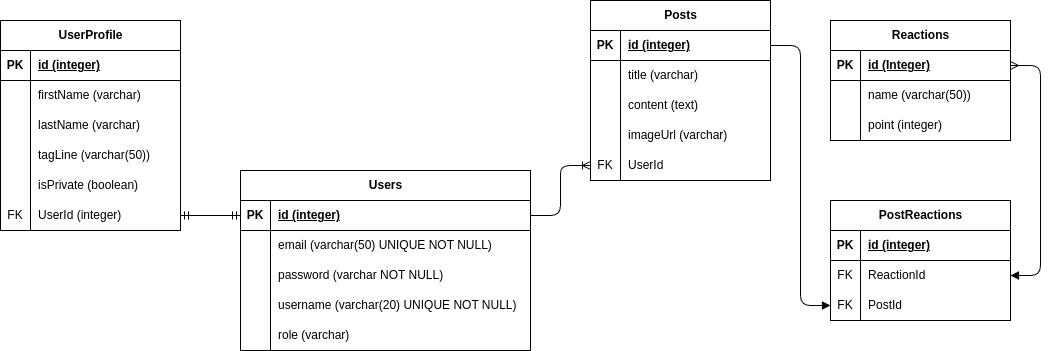
This is erd.drawio.png from HozFisen/p1-hozclover-pp1-socialmedia, a draw.io export, as it was before one commit. Source tidied: cells renumbered, new cells last; positions are measured from the earlier drawing's top-left corner, leaving out a move shared by most shapes.
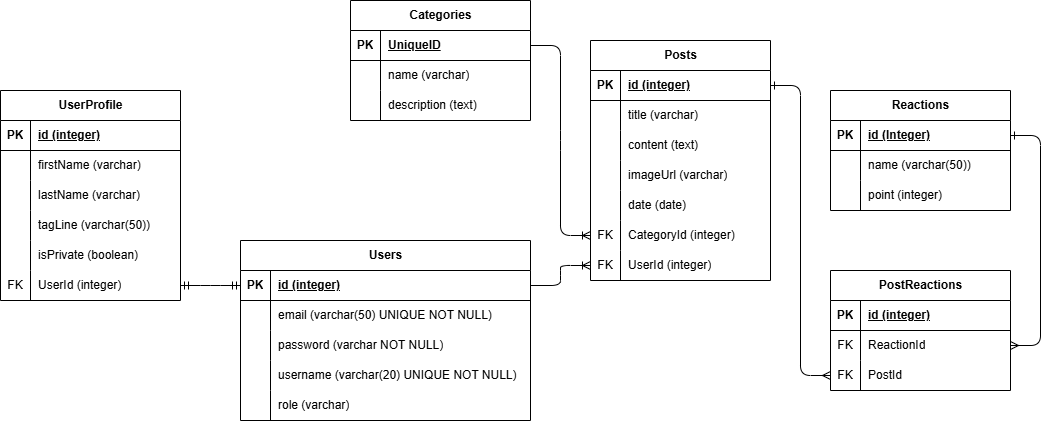
Later version of the same file.

Diff of the diagram source:
```diff
@@ -51,7 +51,7 @@
       <mxGeometry x="30" width="260" height="30" as="geometry" />
     </mxCell>
     <mxCell id="18" value="Posts" style="shape=table;startSize=30;rowLines=0;fontStyle=1;align=center;html=1;" parent="1" vertex="1">
-      <mxGeometry x="590" width="180" height="180" as="geometry" />
+      <mxGeometry x="590" y="-30" width="180" height="240" as="geometry" />
     </mxCell>
     <mxCell id="19" style="shape=tableRow;horizontal=0;startSize=0;swimlaneHead=0;swimlaneBody=0;fillColor=none;points=[[0,0.5],[1,0.5]];portConstraint=eastwest;top=0;left=0;right=0;bottom=1;" parent="18" vertex="1">
       <mxGeometry y="30" width="180" height="30" as="geometry" />
@@ -92,12 +92,30 @@
     <mxCell id="31" style="shape=tableRow;horizontal=0;startSize=0;swimlaneHead=0;swimlaneBody=0;fillColor=none;points=[[0,0.5],[1,0.5]];portConstraint=eastwest;top=0;left=0;right=0;bottom=0;" parent="18" vertex="1">
       <mxGeometry y="150" width="180" height="30" as="geometry" />
     </mxCell>
-    <mxCell id="32" value="FK" style="shape=partialRectangle;fillColor=none;top=0;left=0;bottom=0;right=0;overflow=hidden;whiteSpace=wrap;html=1;" parent="31" vertex="1">
+    <mxCell id="32" style="shape=partialRectangle;fillColor=none;top=0;left=0;bottom=0;right=0;overflow=hidden;whiteSpace=wrap;html=1;" parent="31" vertex="1">
       <mxGeometry width="30" height="30" as="geometry" />
     </mxCell>
-    <mxCell id="33" value="UserId" style="shape=partialRectangle;fillColor=none;top=0;left=0;bottom=0;right=0;align=left;spacingLeft=6;overflow=hidden;whiteSpace=wrap;html=1;" parent="31" vertex="1">
+    <mxCell id="33" value="date (date)" style="shape=partialRectangle;fillColor=none;top=0;left=0;bottom=0;right=0;align=left;spacingLeft=6;overflow=hidden;whiteSpace=wrap;html=1;" parent="31" vertex="1">
       <mxGeometry x="30" width="150" height="30" as="geometry" />
     </mxCell>
+    <mxCell id="77" style="shape=tableRow;horizontal=0;startSize=0;swimlaneHead=0;swimlaneBody=0;fillColor=none;points=[[0,0.5],[1,0.5]];portConstraint=eastwest;top=0;left=0;right=0;bottom=0;" parent="18" vertex="1">
+      <mxGeometry y="180" width="180" height="30" as="geometry" />
+    </mxCell>
+    <mxCell id="78" value="FK" style="shape=partialRectangle;fillColor=none;top=0;left=0;bottom=0;right=0;overflow=hidden;whiteSpace=wrap;html=1;" parent="77" vertex="1">
+      <mxGeometry width="30" height="30" as="geometry" />
+    </mxCell>
+    <mxCell id="79" value="CategoryId (integer)" style="shape=partialRectangle;fillColor=none;top=0;left=0;bottom=0;right=0;align=left;spacingLeft=6;overflow=hidden;whiteSpace=wrap;html=1;" parent="77" vertex="1">
+      <mxGeometry x="30" width="150" height="30" as="geometry" />
+    </mxCell>
+    <mxCell id="80" style="shape=tableRow;horizontal=0;startSize=0;swimlaneHead=0;swimlaneBody=0;fillColor=none;points=[[0,0.5],[1,0.5]];portConstraint=eastwest;top=0;left=0;right=0;bottom=0;" parent="18" vertex="1">
+      <mxGeometry y="210" width="180" height="30" as="geometry" />
+    </mxCell>
+    <mxCell id="81" value="FK" style="shape=partialRectangle;fillColor=none;top=0;left=0;bottom=0;right=0;overflow=hidden;whiteSpace=wrap;html=1;" parent="80" vertex="1">
+      <mxGeometry width="30" height="30" as="geometry" />
+    </mxCell>
+    <mxCell id="82" value="UserId (integer)" style="shape=partialRectangle;fillColor=none;top=0;left=0;bottom=0;right=0;align=left;spacingLeft=6;overflow=hidden;whiteSpace=wrap;html=1;" parent="80" vertex="1">
+      <mxGeometry x="30" width="150" height="30" as="geometry" />
+    </mxCell>
     <mxCell id="34" value="Reactions" style="shape=table;startSize=30;rowLines=0;fontStyle=1;align=center;html=1;" parent="1" vertex="1">
       <mxGeometry x="830" y="20" width="180" height="120" as="geometry" />
     </mxCell>
@@ -119,13 +137,13 @@
     <mxCell id="40" value="name (varchar(50))" style="shape=partialRectangle;fillColor=none;top=0;left=0;bottom=0;right=0;align=left;spacingLeft=6;overflow=hidden;whiteSpace=wrap;html=1;" parent="38" vertex="1">
       <mxGeometry x="30" width="150" height="30" as="geometry" />
     </mxCell>
-    <mxCell id="41" style="shape=tableRow;horizontal=0;startSize=0;swimlaneHead=0;swimlaneBody=0;fillColor=none;top=0;left=0;right=0;bottom=0;" parent="34" vertex="1">
-      <mxGeometry y="90" width="180" height="30" as="geometry" />
-    </mxCell>
-    <mxCell id="42" style="shape=partialRectangle;fillColor=none;top=0;left=0;bottom=0;right=0;overflow=hidden;whiteSpace=wrap;html=1;" parent="41" vertex="1">
-      <mxGeometry width="30" height="30" as="geometry" />
-    </mxCell>
+    <mxCell id="83" style="shape=tableRow;horizontal=0;startSize=0;swimlaneHead=0;swimlaneBody=0;fillColor=none;top=0;left=0;right=0;bottom=0;" parent="34" vertex="1">
+      <mxGeometry y="90" width="180" height="30" as="geometry" />
+    </mxCell>
+    <mxCell id="84" style="shape=partialRectangle;fillColor=none;top=0;left=0;bottom=0;right=0;overflow=hidden;whiteSpace=wrap;html=1;" parent="83" vertex="1">
+      <mxGeometry width="30" height="30" as="geometry" />
+    </mxCell>
-    <mxCell id="43" value="point (integer)" style="shape=partialRectangle;fillColor=none;top=0;left=0;bottom=0;right=0;align=left;spacingLeft=6;overflow=hidden;whiteSpace=wrap;html=1;" parent="41" vertex="1">
+    <mxCell id="43" value="point (integer)" style="shape=partialRectangle;fillColor=none;top=0;left=0;bottom=0;right=0;align=left;spacingLeft=6;overflow=hidden;whiteSpace=wrap;html=1;" parent="83" vertex="1">
       <mxGeometry x="30" width="150" height="30" as="geometry" />
     </mxCell>
     <mxCell id="44" value="UserProfile" style="shape=table;startSize=30;rowLines=0;fontStyle=1;align=center;html=1;" parent="1" vertex="1">
@@ -215,10 +233,10 @@
     <mxCell id="72" value="PostId" style="shape=partialRectangle;fillColor=none;top=0;left=0;bottom=0;right=0;align=left;spacingLeft=6;overflow=hidden;whiteSpace=wrap;html=1;" parent="70" vertex="1">
       <mxGeometry x="30" width="150" height="30" as="geometry" />
     </mxCell>
-    <mxCell id="73" style="edgeStyle=entityRelationEdgeStyle;fontSize=12;html=1;endArrow=ERmany;entryX=1;entryY=0.5;entryDx=0;entryDy=0;exitX=1;exitY=0.5;exitDx=0;exitDy=0;startArrow=block;startFill=1;" parent="1" edge="1" source="67" target="35">
+    <mxCell id="73" style="edgeStyle=entityRelationEdgeStyle;fontSize=12;html=1;endArrow=ERone;entryX=1;entryY=0.5;entryDx=0;entryDy=0;exitX=1;exitY=0.5;exitDx=0;exitDy=0;startArrow=ERmany;startFill=0;endFill=0;" parent="1" edge="1" source="67" target="35">
       <mxGeometry relative="1" as="geometry" />
     </mxCell>
-    <mxCell id="74" style="edgeStyle=entityRelationEdgeStyle;fontSize=12;html=1;endArrow=none;entryX=1;entryY=0.5;entryDx=0;entryDy=0;exitX=0;exitY=0.5;exitDx=0;exitDy=0;endFill=0;startArrow=block;startFill=1;" parent="1" edge="1" source="70" target="19">
+    <mxCell id="74" style="edgeStyle=entityRelationEdgeStyle;fontSize=12;html=1;endArrow=ERone;entryX=1;entryY=0.5;entryDx=0;entryDy=0;exitX=0;exitY=0.5;exitDx=0;exitDy=0;endFill=0;startArrow=ERmany;startFill=0;" parent="1" edge="1" source="70" target="19">
       <mxGeometry relative="1" as="geometry" />
     </mxCell>
     <mxCell id="75" style="edgeStyle=entityRelationEdgeStyle;fontSize=12;html=1;endArrow=ERmandOne;startArrow=ERmandOne;entryX=1;entryY=0.5;entryDx=0;entryDy=0;exitX=0;exitY=0.5;exitDx=0;exitDy=0;" parent="1" edge="1" source="3" target="60">
@@ -229,8 +247,41 @@
         </Array>
       </mxGeometry>
     </mxCell>
-    <mxCell id="76" style="edgeStyle=entityRelationEdgeStyle;fontSize=12;html=1;endArrow=ERoneToMany;entryX=0;entryY=0.5;entryDx=0;entryDy=0;exitX=1;exitY=0.5;exitDx=0;exitDy=0;" parent="1" edge="1" source="3" target="31">
+    <mxCell id="76" style="edgeStyle=entityRelationEdgeStyle;fontSize=12;html=1;endArrow=ERoneToMany;entryX=0;entryY=0.5;entryDx=0;entryDy=0;exitX=1;exitY=0.5;exitDx=0;exitDy=0;" parent="1" edge="1" source="3" target="80">
       <mxGeometry relative="1" as="geometry" />
     </mxCell>
+    <mxCell id="85" value="Categories" style="shape=table;startSize=30;rowLines=0;fontStyle=1;align=center;html=1;" parent="1" vertex="1">
+      <mxGeometry x="350" y="-70" width="180" height="120" as="geometry" />
+    </mxCell>
+    <mxCell id="86" style="shape=tableRow;horizontal=0;startSize=0;swimlaneHead=0;swimlaneBody=0;fillColor=none;points=[[0,0.5],[1,0.5]];portConstraint=eastwest;top=0;left=0;right=0;bottom=1;" parent="85" vertex="1">
+      <mxGeometry y="30" width="180" height="30" as="geometry" />
+    </mxCell>
+    <mxCell id="87" value="PK" style="shape=partialRectangle;fillColor=none;top=0;left=0;bottom=0;right=0;fontStyle=1;overflow=hidden;whiteSpace=wrap;html=1;" parent="86" vertex="1">
+      <mxGeometry width="30" height="30" as="geometry" />
+    </mxCell>
+    <mxCell id="88" value="UniqueID" style="shape=partialRectangle;fillColor=none;top=0;left=0;bottom=0;right=0;align=left;spacingLeft=6;fontStyle=5;overflow=hidden;whiteSpace=wrap;html=1;" parent="86" vertex="1">
+      <mxGeometry x="30" width="150" height="30" as="geometry" />
+    </mxCell>
+    <mxCell id="89" style="shape=tableRow;horizontal=0;startSize=0;swimlaneHead=0;swimlaneBody=0;fillColor=none;top=0;left=0;right=0;bottom=0;" parent="85" vertex="1">
+      <mxGeometry y="60" width="180" height="30" as="geometry" />
+    </mxCell>
+    <mxCell id="90" style="shape=partialRectangle;fillColor=none;top=0;left=0;bottom=0;right=0;overflow=hidden;whiteSpace=wrap;html=1;" parent="89" vertex="1">
+      <mxGeometry width="30" height="30" as="geometry" />
+    </mxCell>
+    <mxCell id="91" value="name (varchar)" style="shape=partialRectangle;fillColor=none;top=0;left=0;bottom=0;right=0;align=left;spacingLeft=6;overflow=hidden;whiteSpace=wrap;html=1;" parent="89" vertex="1">
+      <mxGeometry x="30" width="150" height="30" as="geometry" />
+    </mxCell>
+    <mxCell id="92" style="shape=tableRow;horizontal=0;startSize=0;swimlaneHead=0;swimlaneBody=0;fillColor=none;top=0;left=0;right=0;bottom=0;" parent="85" vertex="1">
+      <mxGeometry y="90" width="180" height="30" as="geometry" />
+    </mxCell>
+    <mxCell id="93" style="shape=partialRectangle;fillColor=none;top=0;left=0;bottom=0;right=0;overflow=hidden;whiteSpace=wrap;html=1;" parent="92" vertex="1">
+      <mxGeometry width="30" height="30" as="geometry" />
+    </mxCell>
+    <mxCell id="94" value="description (text)" style="shape=partialRectangle;fillColor=none;top=0;left=0;bottom=0;right=0;align=left;spacingLeft=6;overflow=hidden;whiteSpace=wrap;html=1;" parent="92" vertex="1">
+      <mxGeometry x="30" width="150" height="30" as="geometry" />
+    </mxCell>
+    <mxCell id="95" style="edgeStyle=entityRelationEdgeStyle;fontSize=12;html=1;endArrow=ERoneToMany;exitX=1;exitY=0.5;exitDx=0;exitDy=0;entryX=0;entryY=0.5;entryDx=0;entryDy=0;endFill=0;" parent="1" edge="1" source="86" target="77">
+      <mxGeometry relative="1" as="geometry" />
+    </mxCell>
   </root>
 </mxGraphModel>
```
